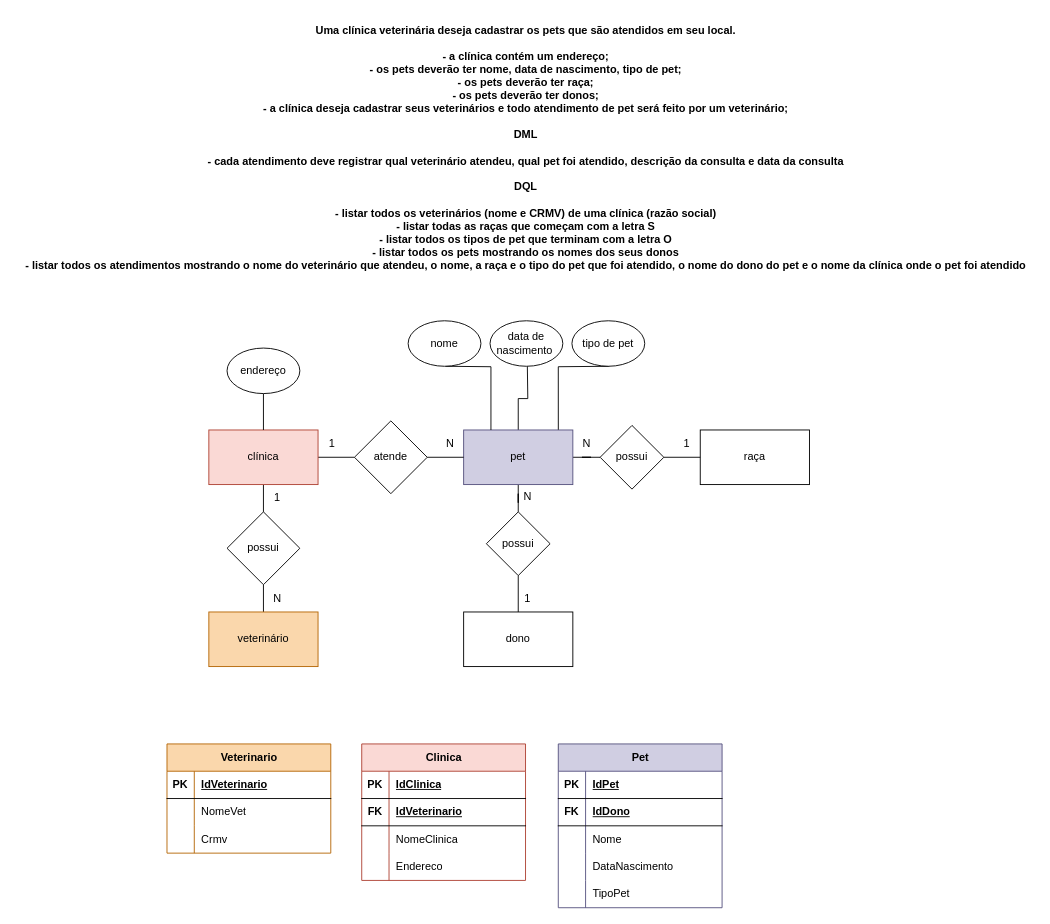
Before: 25.07/1.3/1.3 veterinaria.drawio in juliaathar/2DM-senai-sprint1-BD, a draw.io diagram. Source tidied: cells renumbered, new cells numbered last; positions are measured from the earlier drawing's top-left corner, leaving out a move shared by most shapes. Both pictures are drawn from the tidied source at 91%, with x=0, y=0 at pixel (15, 15).
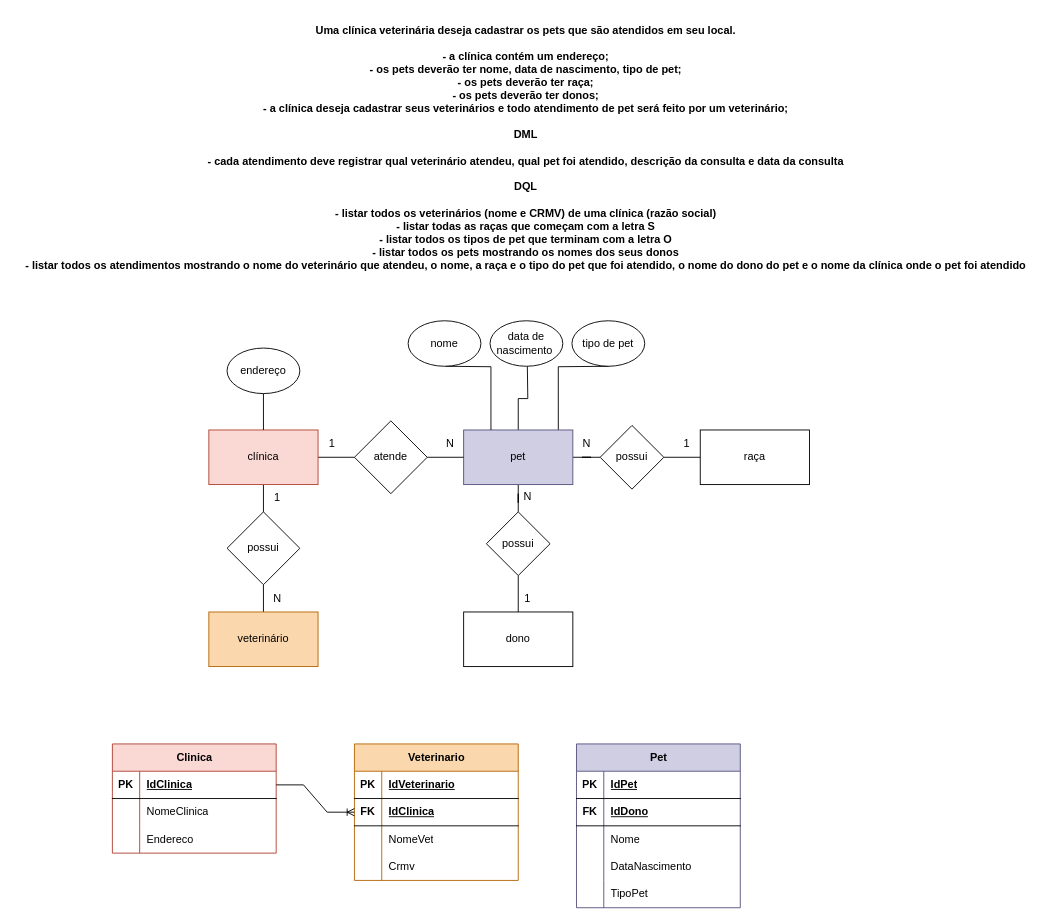
The same diagram, later.

Unchanged cells that the change refers to:
```xml
<mxCell id="47" style="shape=tableRow;horizontal=0;startSize=0;swimlaneHead=0;swimlaneBody=0;fillColor=none;points=[[0,0.5],[1,0.5]];portConstraint=eastwest;top=0;left=0;right=0;bottom=1;" parent="46" vertex="1">
  <mxGeometry y="30" width="180" height="30" as="geometry" />
</mxCell>
```

What changed in the source:
```diff
@@
     <mxCell id="36" value="Veterinario" style="shape=table;startSize=30;childLayout=tableLayout;rowLines=0;fontStyle=1;align=center;html=1;fillColor=#fad7ac;strokeColor=#b46504;" parent="1" vertex="1">
-      <mxGeometry x="166" y="800" width="180" height="120" as="geometry" />
+      <mxGeometry x="372" y="800" width="180" height="150" as="geometry" />
     </mxCell>
@@
+    <mxCell id="50" style="shape=tableRow;horizontal=0;startSize=0;swimlaneHead=0;swimlaneBody=0;fillColor=none;points=[[0,0.5],[1,0.5]];portConstraint=eastwest;top=0;left=0;right=0;bottom=1;" parent="36" vertex="1">
+      <mxGeometry y="60" width="180" height="30" as="geometry" />
+    </mxCell>
+    <mxCell id="51" value="FK" style="shape=partialRectangle;fillColor=none;top=0;left=0;bottom=0;right=0;fontStyle=1;overflow=hidden;whiteSpace=wrap;html=1;" parent="50" vertex="1">
+      <mxGeometry width="30" height="30" as="geometry" />
+    </mxCell>
+    <mxCell id="75" value="IdClinica" style="shape=partialRectangle;fillColor=none;top=0;left=0;bottom=0;right=0;align=left;spacingLeft=6;fontStyle=5;overflow=hidden;whiteSpace=wrap;html=1;" parent="50" vertex="1">
+      <mxGeometry x="30" width="150" height="30" as="geometry" />
+    </mxCell>
     <mxCell id="40" style="shape=tableRow;horizontal=0;startSize=0;swimlaneHead=0;swimlaneBody=0;fillColor=none;top=0;left=0;right=0;bottom=0;" parent="36" vertex="1">
-      <mxGeometry y="60" width="180" height="30" as="geometry" />
+      <mxGeometry y="90" width="180" height="30" as="geometry" />
     </mxCell>
@@
     <mxCell id="43" style="shape=tableRow;horizontal=0;startSize=0;swimlaneHead=0;swimlaneBody=0;fillColor=none;top=0;left=0;right=0;bottom=0;" parent="36" vertex="1">
-      <mxGeometry y="90" width="180" height="30" as="geometry" />
+      <mxGeometry y="120" width="180" height="30" as="geometry" />
     </mxCell>
@@
     <mxCell id="46" value="Clinica" style="shape=table;startSize=30;childLayout=tableLayout;rowLines=0;fontStyle=1;align=center;html=1;fillColor=#fad9d5;strokeColor=#ae4132;" parent="1" vertex="1">
-      <mxGeometry x="380" y="800" width="180" height="150" as="geometry" />
+      <mxGeometry x="106" y="800" width="180" height="120" as="geometry" />
     </mxCell>
@@
-    <mxCell id="50" style="shape=tableRow;horizontal=0;startSize=0;swimlaneHead=0;swimlaneBody=0;fillColor=none;points=[[0,0.5],[1,0.5]];portConstraint=eastwest;top=0;left=0;right=0;bottom=1;" parent="46" vertex="1">
-      <mxGeometry y="60" width="180" height="30" as="geometry" />
-    </mxCell>
-    <mxCell id="51" value="FK" style="shape=partialRectangle;fillColor=none;top=0;left=0;bottom=0;right=0;fontStyle=1;overflow=hidden;whiteSpace=wrap;html=1;" parent="50" vertex="1">
-      <mxGeometry width="30" height="30" as="geometry" />
-    </mxCell>
-    <mxCell id="52" value="IdVeterinario" style="shape=partialRectangle;fillColor=none;top=0;left=0;bottom=0;right=0;align=left;spacingLeft=6;fontStyle=5;overflow=hidden;whiteSpace=wrap;html=1;" parent="50" vertex="1">
-      <mxGeometry x="30" width="150" height="30" as="geometry" />
-    </mxCell>
     <mxCell id="53" style="shape=tableRow;horizontal=0;startSize=0;swimlaneHead=0;swimlaneBody=0;fillColor=none;top=0;left=0;right=0;bottom=0;" parent="46" vertex="1">
-      <mxGeometry y="90" width="180" height="30" as="geometry" />
+      <mxGeometry y="60" width="180" height="30" as="geometry" />
     </mxCell>
@@
     <mxCell id="56" style="shape=tableRow;horizontal=0;startSize=0;swimlaneHead=0;swimlaneBody=0;fillColor=none;top=0;left=0;right=0;bottom=0;" parent="46" vertex="1">
-      <mxGeometry y="120" width="180" height="30" as="geometry" />
+      <mxGeometry y="90" width="180" height="30" as="geometry" />
     </mxCell>
@@
     <mxCell id="59" value="Pet" style="shape=table;startSize=30;childLayout=tableLayout;rowLines=0;fontStyle=1;align=center;html=1;fillColor=#d0cee2;strokeColor=#56517e;" parent="1" vertex="1">
-      <mxGeometry x="596" y="800" width="180" height="180" as="geometry" />
+      <mxGeometry x="616" y="800" width="180" height="180" as="geometry" />
     </mxCell>
@@
+    <mxCell id="76" style="edgeStyle=entityRelationEdgeStyle;fontSize=12;html=1;endArrow=ERoneToMany;rounded=0;exitX=1;exitY=0.5;exitDx=0;exitDy=0;entryX=0;entryY=0.5;entryDx=0;entryDy=0;" parent="1" edge="1" source="47" target="50">
+      <mxGeometry relative="1" as="geometry" />
+    </mxCell>
```
